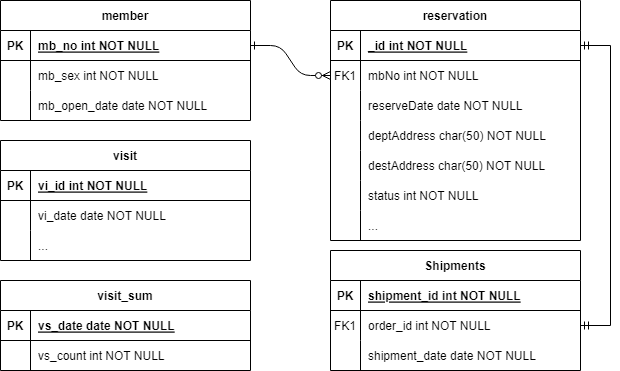
Before: erd.png, a diagram exported from draw.io (carina1754/2023-industry-university-project). Source tidied: cells renumbered, new cells last; positions are measured from the earlier drawing's top-left corner, leaving out a move shared by most shapes.
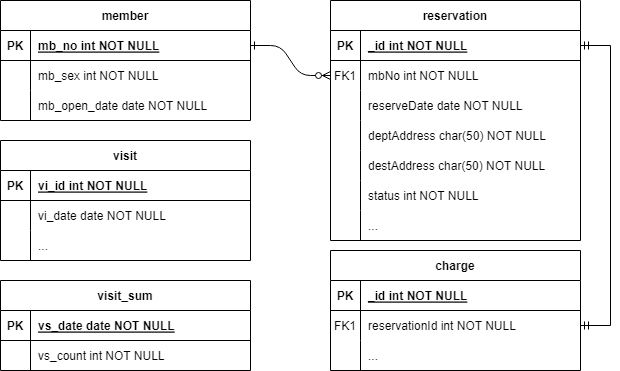
The same diagram one commit later.

Diff of the diagram source:
```diff
@@ -71,7 +71,7 @@
     <mxCell id="24" value="..." style="shape=partialRectangle;overflow=hidden;fillColor=none;top=0;left=0;bottom=0;right=0;align=left;spacingLeft=6;" parent="22" vertex="1">
       <mxGeometry x="30" width="220" height="30" as="geometry" />
     </mxCell>
-    <mxCell id="25" value="Shipments" style="shape=table;startSize=30;rowLines=0;fontStyle=1;align=center;" parent="1" vertex="1">
+    <mxCell id="25" value="charge" style="shape=table;startSize=30;rowLines=0;fontStyle=1;align=center;" parent="1" vertex="1">
       <mxGeometry x="330" y="250" width="250" height="120" as="geometry" />
     </mxCell>
     <mxCell id="26" style="shape=partialRectangle;fillColor=none;top=0;left=0;right=0;bottom=1;" parent="25" vertex="1">
@@ -80,7 +80,7 @@
     <mxCell id="27" value="PK" style="shape=partialRectangle;overflow=hidden;fillColor=none;top=0;left=0;bottom=0;right=0;fontStyle=1;" parent="26" vertex="1">
       <mxGeometry width="30" height="30" as="geometry" />
     </mxCell>
-    <mxCell id="28" value="shipment_id int NOT NULL " style="shape=partialRectangle;overflow=hidden;fillColor=none;top=0;left=0;bottom=0;right=0;align=left;spacingLeft=6;fontStyle=5;" parent="26" vertex="1">
+    <mxCell id="28" value="_id int NOT NULL " style="shape=partialRectangle;overflow=hidden;fillColor=none;top=0;left=0;bottom=0;right=0;align=left;spacingLeft=6;fontStyle=5;" parent="26" vertex="1">
       <mxGeometry x="30" width="220" height="30" as="geometry" />
     </mxCell>
     <mxCell id="29" style="shape=partialRectangle;fillColor=none;points=[[0,0.5],[1,0.5]];portConstraint=eastwest;top=0;left=0;right=0;bottom=0;" parent="25" vertex="1">
@@ -89,7 +89,7 @@
     <mxCell id="30" value="FK1" style="shape=partialRectangle;overflow=hidden;fillColor=none;top=0;left=0;bottom=0;right=0;" parent="29" vertex="1">
       <mxGeometry width="30" height="30" as="geometry" />
     </mxCell>
-    <mxCell id="31" value="order_id int NOT NULL" style="shape=partialRectangle;overflow=hidden;fillColor=none;top=0;left=0;bottom=0;right=0;align=left;spacingLeft=6;" parent="29" vertex="1">
+    <mxCell id="31" value="reservationId int NOT NULL" style="shape=partialRectangle;overflow=hidden;fillColor=none;top=0;left=0;bottom=0;right=0;align=left;spacingLeft=6;" parent="29" vertex="1">
       <mxGeometry x="30" width="220" height="30" as="geometry" />
     </mxCell>
     <mxCell id="32" style="shape=partialRectangle;fillColor=none;top=0;left=0;right=0;bottom=0;" parent="25" vertex="1">
@@ -98,7 +98,7 @@
     <mxCell id="33" style="shape=partialRectangle;overflow=hidden;fillColor=none;top=0;left=0;bottom=0;right=0;" parent="32" vertex="1">
       <mxGeometry width="30" height="30" as="geometry" />
     </mxCell>
-    <mxCell id="34" value="shipment_date date NOT NULL" style="shape=partialRectangle;overflow=hidden;fillColor=none;top=0;left=0;bottom=0;right=0;align=left;spacingLeft=6;" parent="32" vertex="1">
+    <mxCell id="34" value="..." style="shape=partialRectangle;overflow=hidden;fillColor=none;top=0;left=0;bottom=0;right=0;align=left;spacingLeft=6;" parent="32" vertex="1">
       <mxGeometry x="30" width="220" height="30" as="geometry" />
     </mxCell>
     <mxCell id="35" value="member" style="shape=table;startSize=30;rowLines=0;fontStyle=1;align=center;" parent="1" vertex="1">
```
